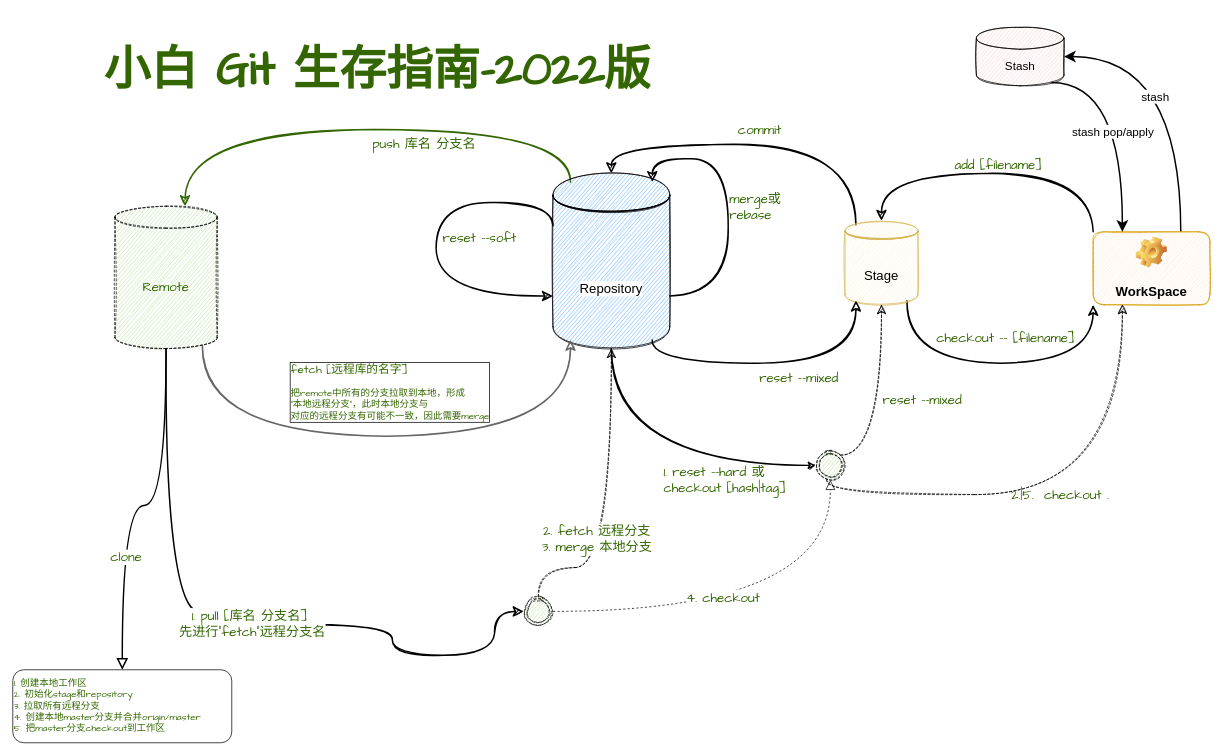
Earlier version of the draw.io diagram git工作流程.drawio (johnyu666/draw-io). Source tidied: cells renumbered, new cells numbered last; positions are measured from the earlier drawing's top-left corner, leaving out a move shared by most shapes. Both pictures are drawn from the tidied source at 73%, with x=0, y=0 at pixel (12, 20).
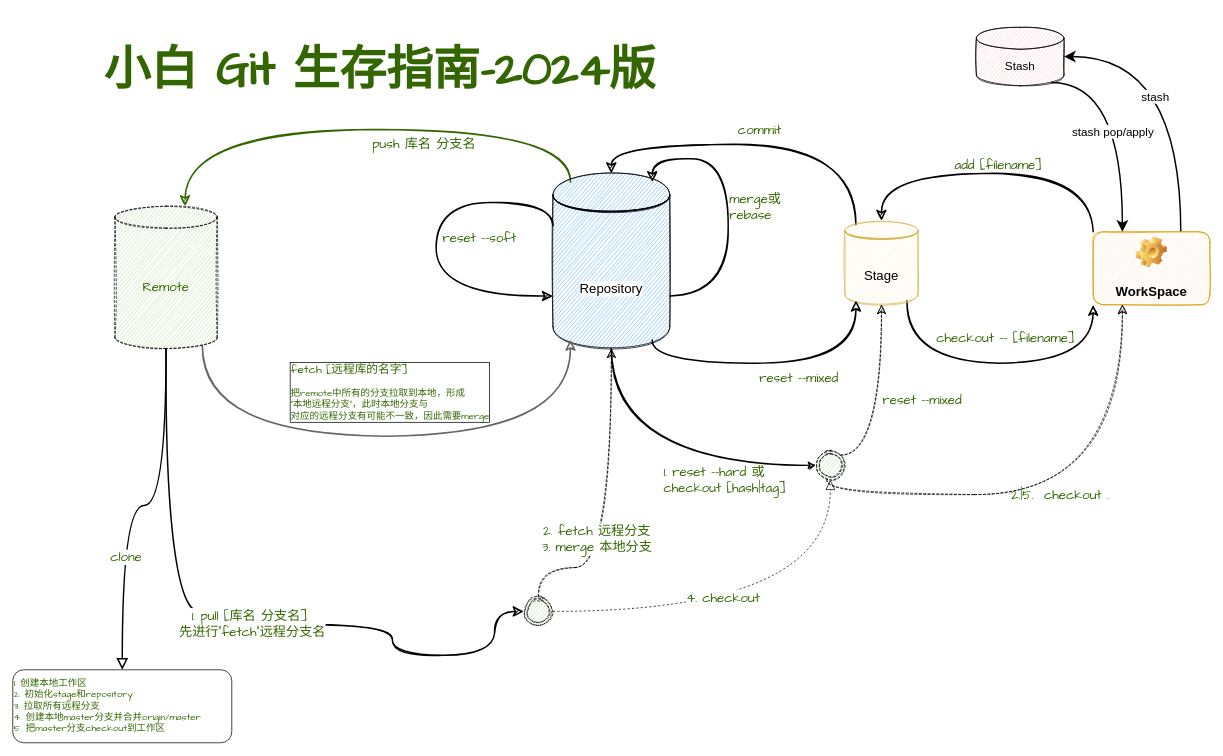
Above is the later version.

Commit message:
更新git工作流程.drawio

Diff of the diagram source:
```diff
@@
-    <mxCell id="34" value="&lt;h1 style=&quot;font-size: 64px&quot;&gt;小白 Git 生存指南-2022版&lt;/h1&gt;" style="text;html=1;strokeColor=none;fillColor=none;spacing=5;spacingTop=-20;whiteSpace=wrap;overflow=hidden;rounded=0;sketch=1;fontSize=64;fontFamily=Comic Sans MS;fontColor=#336600;" parent="1" vertex="1">
+    <mxCell id="34" value="&lt;h1 style=&quot;font-size: 64px&quot;&gt;小白 Git 生存指南-2024版&lt;/h1&gt;" style="text;html=1;strokeColor=none;fillColor=none;spacing=5;spacingTop=-20;whiteSpace=wrap;overflow=hidden;rounded=0;sketch=1;fontSize=64;fontFamily=Comic Sans MS;fontColor=#336600;" parent="1" vertex="1">
       <mxGeometry x="120" width="800" height="130" as="geometry" />
     </mxCell>
```
